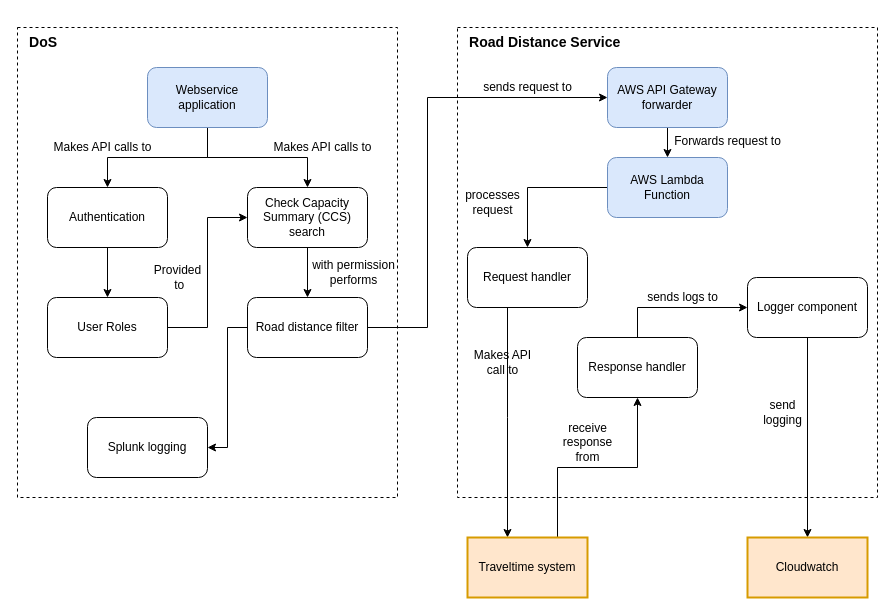
nhsd-exeter/dos-road-distance keeps this draw.io diagram as documentation/diagrams/Road Distance Pilot - 3 Components.drawio. Above is the earlier version. Source tidied: cells renumbered, new cells numbered last; positions are measured from the earlier drawing's top-left corner, leaving out a move shared by most shapes. Both pictures are drawn from the tidied source at 100%, with x=0, y=0 at pixel (17, 17).
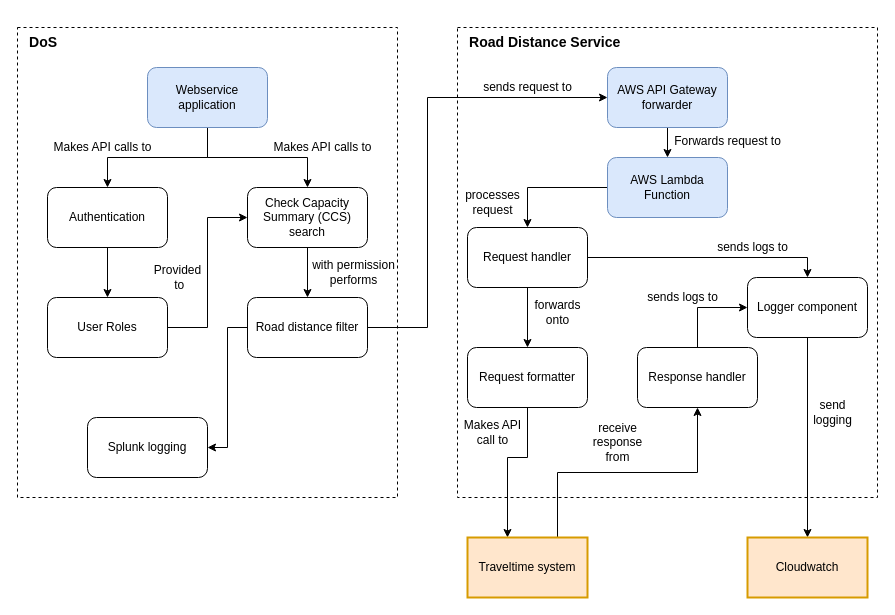
Above is the later version.

Commit message (it also covers changes not shown here):
PD-4602 Updated components diag and added png exports

Unchanged cells that the change refers to:
```xml
<mxCell id="26" value="Logger component" style="rounded=1;whiteSpace=wrap;html=1;" parent="1" vertex="1">
  <mxGeometry x="730" y="260" width="120" height="60" as="geometry" />
</mxCell>
<mxCell id="39" value="Traveltime system" style="rounded=0;whiteSpace=wrap;html=1;fillColor=#ffe6cc;strokeColor=#d79b00;strokeWidth=2;" parent="1" vertex="1">
  <mxGeometry x="450" y="520" width="120" height="60" as="geometry" />
</mxCell>
```

Diff of the diagram source:
```diff
@@
-    <mxCell id="21" style="edgeStyle=orthogonalEdgeStyle;rounded=0;jettySize=auto;html=1;" parent="1" edge="1" source="22" target="39">
+    <mxCell id="21" style="edgeStyle=orthogonalEdgeStyle;rounded=0;jettySize=auto;html=1;exitX=0.5;exitY=1;exitDx=0;exitDy=0;" parent="1" edge="1" source="45" target="39">
       <mxGeometry relative="1" as="geometry">
         <Array as="points">
-          <mxPoint x="490" y="400" />
-          <mxPoint x="490" y="400" />
+          <mxPoint x="490" y="440" />
         </Array>
       </mxGeometry>
     </mxCell>
+    <mxCell id="43" style="edgeStyle=orthogonalEdgeStyle;rounded=0;jettySize=auto;html=1;entryX=0.5;entryY=0;entryDx=0;entryDy=0;" parent="1" edge="1" source="22" target="45">
+      <mxGeometry relative="1" as="geometry" />
+    </mxCell>
+    <mxCell id="44" style="edgeStyle=orthogonalEdgeStyle;rounded=0;jettySize=auto;html=1;exitX=1;exitY=0.5;exitDx=0;exitDy=0;entryX=0.5;entryY=0;entryDx=0;entryDy=0;" parent="1" edge="1" source="22" target="26">
+      <mxGeometry relative="1" as="geometry" />
+    </mxCell>
     <mxCell id="22" value="Request handler" style="rounded=1;whiteSpace=wrap;html=1;" parent="1" vertex="1">
-      <mxGeometry x="450" y="230" width="120" height="60" as="geometry" />
+      <mxGeometry x="450" y="210" width="120" height="60" as="geometry" />
     </mxCell>
@@
     <mxCell id="24" value="Response handler" style="rounded=1;whiteSpace=wrap;html=1;" parent="1" vertex="1">
-      <mxGeometry x="560" y="320" width="120" height="60" as="geometry" />
+      <mxGeometry x="620" y="330" width="120" height="60" as="geometry" />
     </mxCell>
@@
     <mxCell id="37" value="send&lt;br&gt;logging" style="text;html=1;align=center;verticalAlign=middle;strokeColor=none;" parent="1" vertex="1">
-      <mxGeometry x="740" y="380" width="50" height="30" as="geometry" />
+      <mxGeometry x="790" y="380" width="50" height="30" as="geometry" />
     </mxCell>
@@
-    <mxCell id="40" value="Makes API &lt;br&gt;call to" style="text;html=1;align=center;verticalAlign=middle;strokeColor=none;" parent="1" vertex="1">
-      <mxGeometry x="450" y="330" width="70" height="30" as="geometry" />
+    <mxCell id="40" value="Makes API &lt;br&gt;call to" style="text;html=1;align=center;verticalAlign=middle;shadow=0;" parent="1" vertex="1">
+      <mxGeometry x="440" y="400" width="70" height="30" as="geometry" />
     </mxCell>
     <mxCell id="41" value="receive &lt;br&gt;response &lt;br&gt;from" style="text;html=1;align=center;verticalAlign=middle;strokeColor=none;" parent="1" vertex="1">
-      <mxGeometry x="540" y="400" width="60" height="50" as="geometry" />
+      <mxGeometry x="570" y="400" width="60" height="50" as="geometry" />
     </mxCell>
@@
+    <mxCell id="45" value="Request formatter" style="rounded=1;whiteSpace=wrap;html=1;" parent="1" vertex="1">
+      <mxGeometry x="450" y="330" width="120" height="60" as="geometry" />
+    </mxCell>
+    <mxCell id="46" value="forwards&lt;br&gt;onto" style="text;html=1;align=center;verticalAlign=middle;shadow=0;" parent="1" vertex="1">
+      <mxGeometry x="510" y="280" width="60" height="30" as="geometry" />
+    </mxCell>
+    <mxCell id="47" value="sends logs to" style="text;html=1;align=center;verticalAlign=middle;strokeColor=none;" parent="1" vertex="1">
+      <mxGeometry x="690" y="220" width="90" height="20" as="geometry" />
+    </mxCell>
```
